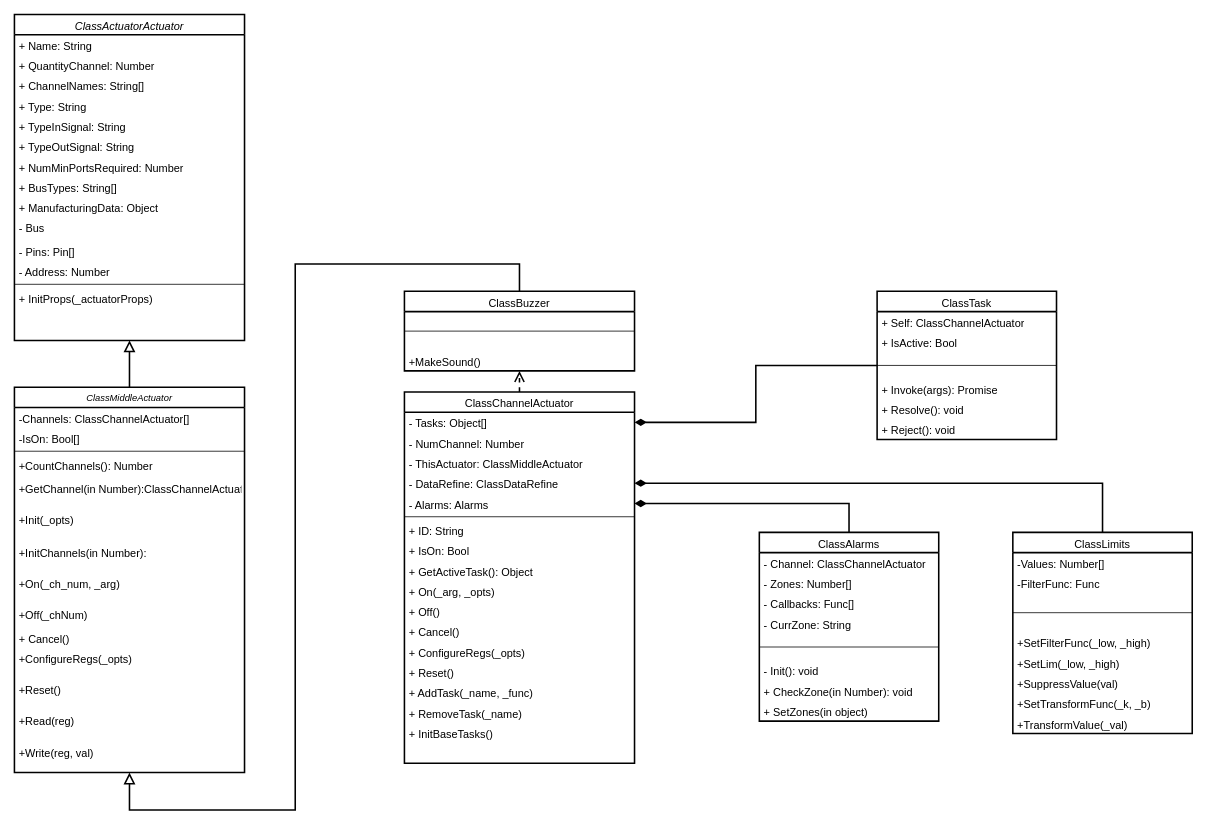
This is res/main-diagram.drawio from Konkery/ModuleActuator, a draw.io file, before an edit. Source tidied: cells renumbered, new cells numbered last; positions are measured from the earlier drawing's top-left corner, leaving out a move shared by most shapes. Both pictures are drawn from the tidied source at 78%, with x=0, y=0 at pixel (14, 14).
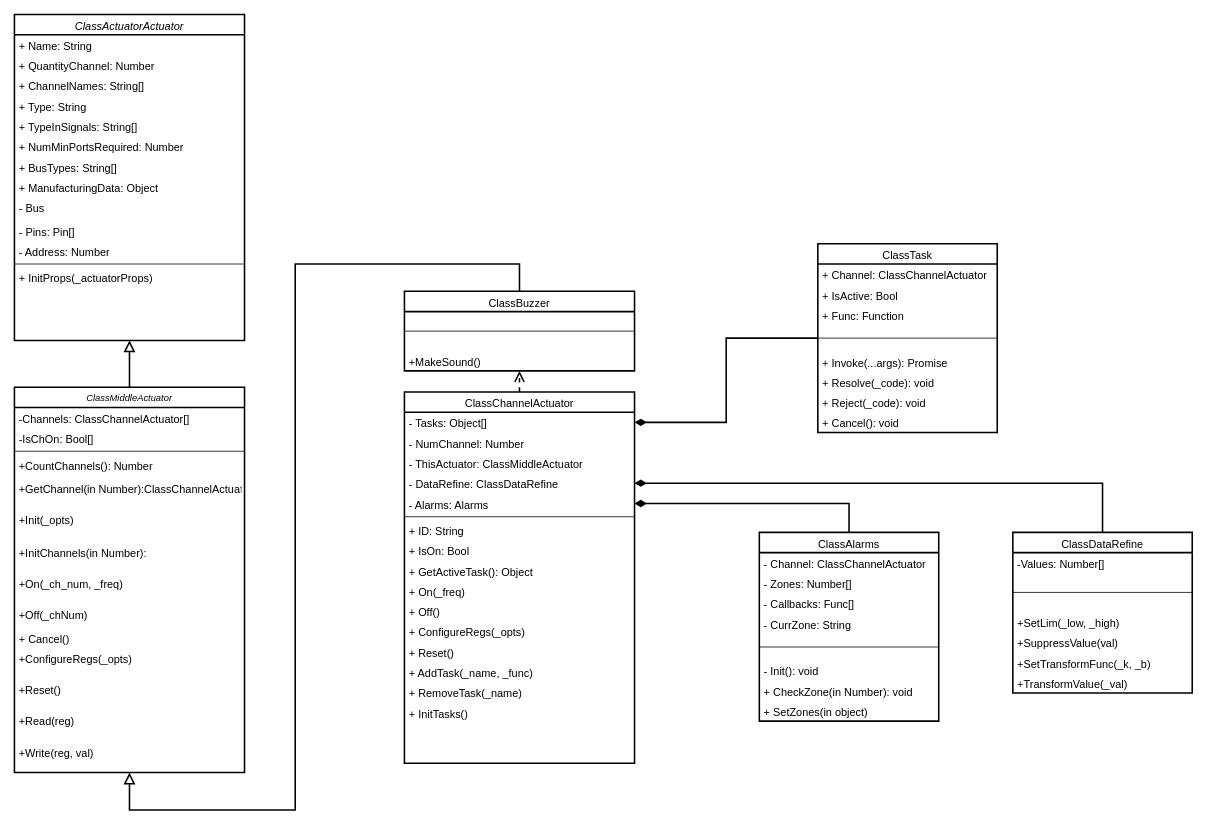
The same page after the edit.

The change refers to these unchanged cells:
```xml
<mxCell id="3" value="ClassMiddleActuator" style="swimlane;fontStyle=2;align=center;verticalAlign=top;horizontal=1;startSize=26;rounded=0;shadow=0;strokeWidth=2;fontSize=12;" parent="1" vertex="1">
  <mxGeometry y="478" width="295" height="494" as="geometry" />
</mxCell>
<mxCell id="19" value="ClassChannelActuator" style="swimlane;fontStyle=0;align=center;verticalAlign=top;horizontal=1;startSize=26;rounded=0;shadow=0;strokeWidth=2;fontSize=14;" parent="1" vertex="1">
  <mxGeometry x="500" y="484" width="295" height="476" as="geometry" />
</mxCell>
<mxCell id="57" value="ClassActuatorActuator" style="swimlane;fontStyle=2;align=center;verticalAlign=top;horizontal=1;startSize=26;rounded=0;shadow=0;strokeWidth=2;fontSize=14;" parent="1" vertex="1">
  <mxGeometry width="295" height="418" as="geometry" />
</mxCell>
```

Diff of the diagram source:
```diff
@@
-    <mxCell id="5" value="-IsOn: Bool[]" style="text;align=left;verticalAlign=top;spacingLeft=4;spacingRight=4;overflow=hidden;fontStyle=0;fontSize=14;" parent="3" vertex="1">
+    <mxCell id="5" value="-IsChOn: Bool[]" style="text;align=left;verticalAlign=top;spacingLeft=4;spacingRight=4;overflow=hidden;fontStyle=0;fontSize=14;" parent="3" vertex="1">
       <mxGeometry y="52" width="295" height="26" as="geometry" />
     </mxCell>
@@
-    <mxCell id="11" value="+On(_ch_num, _arg)" style="text;align=left;verticalAlign=top;spacingLeft=4;spacingRight=4;overflow=hidden;fontSize=14;" parent="3" vertex="1">
+    <mxCell id="11" value="+On(_ch_num, _freq)" style="text;align=left;verticalAlign=top;spacingLeft=4;spacingRight=4;overflow=hidden;fontSize=14;" parent="3" vertex="1">
       <mxGeometry y="238" width="295" height="40" as="geometry" />
     </mxCell>
@@
-    <mxCell id="29" value="+ On(_arg, _opts)" style="text;align=left;verticalAlign=top;spacingLeft=4;spacingRight=4;overflow=hidden;fontSize=14;" parent="19" vertex="1">
+    <mxCell id="29" value="+ On(_freq)" style="text;align=left;verticalAlign=top;spacingLeft=4;spacingRight=4;overflow=hidden;fontSize=14;" parent="19" vertex="1">
       <mxGeometry y="242" width="295" height="26" as="geometry" />
     </mxCell>
@@
-    <mxCell id="31" value="+ Cancel()" style="text;align=left;verticalAlign=top;spacingLeft=4;spacingRight=4;overflow=hidden;fontSize=14;" parent="19" vertex="1">
-      <mxGeometry y="294" width="295" height="26" as="geometry" />
-    </mxCell>
     <mxCell id="32" value="+ ConfigureRegs(_opts)" style="text;align=left;verticalAlign=top;spacingLeft=4;spacingRight=4;overflow=hidden;fontSize=14;" parent="19" vertex="1">
-      <mxGeometry y="320" width="295" height="26" as="geometry" />
+      <mxGeometry y="294" width="295" height="26" as="geometry" />
     </mxCell>
     <mxCell id="33" value="+ Reset()" style="text;align=left;verticalAlign=top;spacingLeft=4;spacingRight=4;overflow=hidden;fontSize=14;" parent="19" vertex="1">
-      <mxGeometry y="346" width="295" height="26" as="geometry" />
+      <mxGeometry y="320" width="295" height="26" as="geometry" />
     </mxCell>
     <mxCell id="34" value="+ AddTask(_name, _func)" style="text;align=left;verticalAlign=top;spacingLeft=4;spacingRight=4;overflow=hidden;fontSize=14;" parent="19" vertex="1">
-      <mxGeometry y="372" width="295" height="26" as="geometry" />
+      <mxGeometry y="346" width="295" height="26" as="geometry" />
     </mxCell>
     <mxCell id="35" value="+ RemoveTask(_name)" style="text;align=left;verticalAlign=top;spacingLeft=4;spacingRight=4;overflow=hidden;fontSize=14;" parent="19" vertex="1">
-      <mxGeometry y="398" width="295" height="26" as="geometry" />
+      <mxGeometry y="372" width="295" height="26" as="geometry" />
     </mxCell>
-    <mxCell id="36" value="+ InitBaseTasks()" style="text;align=left;verticalAlign=top;spacingLeft=4;spacingRight=4;overflow=hidden;fontSize=14;" parent="19" vertex="1">
-      <mxGeometry y="424" width="295" height="26" as="geometry" />
+    <mxCell id="36" value="+ InitTasks()" style="text;align=left;verticalAlign=top;spacingLeft=4;spacingRight=4;overflow=hidden;fontSize=14;" parent="19" vertex="1">
+      <mxGeometry y="398" width="295" height="26" as="geometry" />
     </mxCell>
@@
-    <mxCell id="38" value="&lt;span style=&quot;font-weight: 400; font-size: 14px;&quot;&gt;ClassLimits&lt;/span&gt;" style="swimlane;fontStyle=1;align=center;verticalAlign=top;horizontal=1;startSize=26;whiteSpace=wrap;html=1;fontSize=14;strokeWidth=2;" parent="1" vertex="1">
-      <mxGeometry x="1280" y="664" width="230" height="258" as="geometry" />
+    <mxCell id="38" value="&lt;span style=&quot;font-weight: 400; font-size: 14px;&quot;&gt;ClassDataRefine&lt;/span&gt;" style="swimlane;fontStyle=1;align=center;verticalAlign=top;horizontal=1;startSize=26;whiteSpace=wrap;html=1;fontSize=14;strokeWidth=2;" parent="1" vertex="1">
+      <mxGeometry x="1280" y="664" width="230" height="206" as="geometry" />
     </mxCell>
@@
-    <mxCell id="40" value="-FilterFunc: Func" style="text;strokeColor=none;fillColor=none;align=left;verticalAlign=top;spacingLeft=4;spacingRight=4;overflow=hidden;whiteSpace=wrap;html=1;fontSize=14;" parent="38" vertex="1">
-      <mxGeometry y="52" width="230" height="26" as="geometry" />
-    </mxCell>
     <mxCell id="41" style="line;strokeWidth=1;fillColor=none;align=left;verticalAlign=middle;spacingTop=-1;spacingLeft=3;spacingRight=3;labelPosition=right;strokeColor=inherit;fontSize=14;" parent="38" vertex="1">
-      <mxGeometry y="78" width="230" height="50" as="geometry" />
+      <mxGeometry y="52" width="230" height="50" as="geometry" />
     </mxCell>
-    <mxCell id="42" value="+SetFilterFunc(_low, _high)" style="text;strokeColor=none;fillColor=none;align=left;verticalAlign=top;spacingLeft=4;spacingRight=4;overflow=hidden;whiteSpace=wrap;html=1;fontSize=14;" parent="38" vertex="1">
-      <mxGeometry y="128" width="230" height="26" as="geometry" />
-    </mxCell>
     <mxCell id="43" value="+SetLim(_low, _high)" style="text;strokeColor=none;fillColor=none;align=left;verticalAlign=top;spacingLeft=4;spacingRight=4;overflow=hidden;whiteSpace=wrap;html=1;fontSize=14;" parent="38" vertex="1">
-      <mxGeometry y="154" width="230" height="26" as="geometry" />
+      <mxGeometry y="102" width="230" height="26" as="geometry" />
     </mxCell>
     <mxCell id="44" value="+SuppressValue(val)" style="text;strokeColor=none;fillColor=none;align=left;verticalAlign=top;spacingLeft=4;spacingRight=4;overflow=hidden;whiteSpace=wrap;html=1;fontSize=14;" parent="38" vertex="1">
-      <mxGeometry y="180" width="230" height="26" as="geometry" />
+      <mxGeometry y="128" width="230" height="26" as="geometry" />
     </mxCell>
     <mxCell id="45" value="+SetTransformFunc(_k, _b)" style="text;strokeColor=none;fillColor=none;align=left;verticalAlign=top;spacingLeft=4;spacingRight=4;overflow=hidden;whiteSpace=wrap;html=1;fontSize=14;" parent="38" vertex="1">
-      <mxGeometry y="206" width="230" height="26" as="geometry" />
+      <mxGeometry y="154" width="230" height="26" as="geometry" />
     </mxCell>
     <mxCell id="46" value="+TransformValue(_val)" style="text;strokeColor=none;fillColor=none;align=left;verticalAlign=top;spacingLeft=4;spacingRight=4;overflow=hidden;whiteSpace=wrap;html=1;fontSize=14;" parent="38" vertex="1">
-      <mxGeometry y="232" width="230" height="26" as="geometry" />
+      <mxGeometry y="180" width="230" height="26" as="geometry" />
     </mxCell>
@@
-    <mxCell id="62" value="+ TypeInSignal: String" style="text;strokeColor=none;fillColor=none;align=left;verticalAlign=top;spacingLeft=4;spacingRight=4;overflow=hidden;whiteSpace=wrap;html=1;fontSize=14;" parent="57" vertex="1">
+    <mxCell id="62" value="+ TypeInSignals: String[]" style="text;strokeColor=none;fillColor=none;align=left;verticalAlign=top;spacingLeft=4;spacingRight=4;overflow=hidden;whiteSpace=wrap;html=1;fontSize=14;" parent="57" vertex="1">
       <mxGeometry y="130" width="295" height="26" as="geometry" />
     </mxCell>
-    <mxCell id="63" value="+ TypeOutSignal: String" style="text;strokeColor=none;fillColor=none;align=left;verticalAlign=top;spacingLeft=4;spacingRight=4;overflow=hidden;whiteSpace=wrap;html=1;fontSize=14;" parent="57" vertex="1">
-      <mxGeometry y="156" width="295" height="26" as="geometry" />
-    </mxCell>
     <mxCell id="64" value="+ NumMinPortsRequired: Number" style="text;strokeColor=none;fillColor=none;align=left;verticalAlign=top;spacingLeft=4;spacingRight=4;overflow=hidden;whiteSpace=wrap;html=1;fontSize=14;" parent="57" vertex="1">
-      <mxGeometry y="182" width="295" height="26" as="geometry" />
+      <mxGeometry y="156" width="295" height="26" as="geometry" />
     </mxCell>
     <mxCell id="65" value="+ BusTypes: String[]" style="text;strokeColor=none;fillColor=none;align=left;verticalAlign=top;spacingLeft=4;spacingRight=4;overflow=hidden;whiteSpace=wrap;html=1;fontSize=14;" parent="57" vertex="1">
-      <mxGeometry y="208" width="295" height="26" as="geometry" />
+      <mxGeometry y="182" width="295" height="26" as="geometry" />
     </mxCell>
     <mxCell id="66" value="+ ManufacturingData: Object" style="text;strokeColor=none;fillColor=none;align=left;verticalAlign=top;spacingLeft=4;spacingRight=4;overflow=hidden;whiteSpace=wrap;html=1;fontSize=14;" parent="57" vertex="1">
-      <mxGeometry y="234" width="295" height="26" as="geometry" />
+      <mxGeometry y="208" width="295" height="26" as="geometry" />
     </mxCell>
     <mxCell id="67" value="-&amp;nbsp;Bus" style="text;strokeColor=none;fillColor=none;align=left;verticalAlign=top;spacingLeft=4;spacingRight=4;overflow=hidden;whiteSpace=wrap;html=1;fontSize=14;" parent="57" vertex="1">
-      <mxGeometry y="260" width="295" height="30" as="geometry" />
+      <mxGeometry y="234" width="295" height="30" as="geometry" />
     </mxCell>
     <mxCell id="68" value="- Pins: Pin[]" style="text;strokeColor=none;fillColor=none;align=left;verticalAlign=top;spacingLeft=4;spacingRight=4;overflow=hidden;whiteSpace=wrap;html=1;fontSize=14;" parent="57" vertex="1">
-      <mxGeometry y="290" width="295" height="26" as="geometry" />
+      <mxGeometry y="264" width="295" height="26" as="geometry" />
     </mxCell>
     <mxCell id="69" value="- Address: Number" style="text;strokeColor=none;fillColor=none;align=left;verticalAlign=top;spacingLeft=4;spacingRight=4;overflow=hidden;whiteSpace=wrap;html=1;fontSize=14;" parent="57" vertex="1">
-      <mxGeometry y="316" width="295" height="26" as="geometry" />
+      <mxGeometry y="290" width="295" height="26" as="geometry" />
     </mxCell>
     <mxCell id="70" style="line;html=1;strokeWidth=1;align=left;verticalAlign=middle;spacingTop=-1;spacingLeft=3;spacingRight=3;labelPosition=right;fontSize=14;" parent="57" vertex="1">
-      <mxGeometry y="342" width="295" height="8" as="geometry" />
+      <mxGeometry y="316" width="295" height="8" as="geometry" />
     </mxCell>
     <mxCell id="71" value="+ InitProps(_actuatorProps)" style="text;strokeColor=none;fillColor=none;align=left;verticalAlign=top;spacingLeft=4;spacingRight=4;overflow=hidden;whiteSpace=wrap;html=1;fontSize=14;" parent="57" vertex="1">
-      <mxGeometry y="350" width="295" height="26" as="geometry" />
+      <mxGeometry y="324" width="295" height="26" as="geometry" />
     </mxCell>
@@
     <mxCell id="77" value="&lt;span style=&quot;font-weight: 400; font-size: 14px;&quot;&gt;ClassTask&lt;br style=&quot;font-size: 14px;&quot;&gt;&lt;/span&gt;" style="swimlane;fontStyle=1;align=center;verticalAlign=top;horizontal=1;startSize=26;whiteSpace=wrap;html=1;strokeWidth=2;fontSize=14;" parent="1" vertex="1">
-      <mxGeometry x="1106" y="355" width="230" height="190" as="geometry" />
+      <mxGeometry x="1030" y="294" width="230" height="242" as="geometry" />
     </mxCell>
-    <mxCell id="78" value="+ Self: ClassChannelActuator" style="text;strokeColor=none;fillColor=none;align=left;verticalAlign=top;spacingLeft=4;spacingRight=4;overflow=hidden;whiteSpace=wrap;html=1;fontSize=14;" parent="77" vertex="1">
+    <mxCell id="78" value="+ Channel: ClassChannelActuator" style="text;strokeColor=none;fillColor=none;align=left;verticalAlign=top;spacingLeft=4;spacingRight=4;overflow=hidden;whiteSpace=wrap;html=1;fontSize=14;" parent="77" vertex="1">
       <mxGeometry y="26" width="230" height="26" as="geometry" />
     </mxCell>
@@
+    <mxCell id="84" value="+ Func: Function" style="text;strokeColor=none;fillColor=none;align=left;verticalAlign=top;spacingLeft=4;spacingRight=4;overflow=hidden;whiteSpace=wrap;html=1;fontSize=14;" parent="77" vertex="1">
+      <mxGeometry y="78" width="230" height="26" as="geometry" />
+    </mxCell>
     <mxCell id="80" style="line;strokeWidth=1;fillColor=none;align=left;verticalAlign=middle;spacingTop=-1;spacingLeft=3;spacingRight=3;labelPosition=right;strokeColor=inherit;" parent="77" vertex="1">
-      <mxGeometry y="78" width="230" height="34" as="geometry" />
+      <mxGeometry y="104" width="230" height="34" as="geometry" />
     </mxCell>
-    <mxCell id="81" value="+ Invoke(args): Promise" style="text;strokeColor=none;fillColor=none;align=left;verticalAlign=top;spacingLeft=4;spacingRight=4;overflow=hidden;whiteSpace=wrap;html=1;fontSize=14;" parent="77" vertex="1">
-      <mxGeometry y="112" width="230" height="26" as="geometry" />
+    <mxCell id="81" value="+ Invoke(...args): Promise" style="text;strokeColor=none;fillColor=none;align=left;verticalAlign=top;spacingLeft=4;spacingRight=4;overflow=hidden;whiteSpace=wrap;html=1;fontSize=14;" parent="77" vertex="1">
+      <mxGeometry y="138" width="230" height="26" as="geometry" />
     </mxCell>
-    <mxCell id="82" value="+ Resolve(): void" style="text;strokeColor=none;fillColor=none;align=left;verticalAlign=top;spacingLeft=4;spacingRight=4;overflow=hidden;whiteSpace=wrap;html=1;fontSize=14;" parent="77" vertex="1">
-      <mxGeometry y="138" width="230" height="26" as="geometry" />
+    <mxCell id="82" value="+ Resolve(_code): void" style="text;strokeColor=none;fillColor=none;align=left;verticalAlign=top;spacingLeft=4;spacingRight=4;overflow=hidden;whiteSpace=wrap;html=1;fontSize=14;" parent="77" vertex="1">
+      <mxGeometry y="164" width="230" height="26" as="geometry" />
     </mxCell>
-    <mxCell id="83" value="+ Reject(): void" style="text;strokeColor=none;fillColor=none;align=left;verticalAlign=top;spacingLeft=4;spacingRight=4;overflow=hidden;whiteSpace=wrap;html=1;fontSize=14;" parent="77" vertex="1">
-      <mxGeometry y="164" width="230" height="26" as="geometry" />
+    <mxCell id="83" value="+ Reject(_code): void" style="text;strokeColor=none;fillColor=none;align=left;verticalAlign=top;spacingLeft=4;spacingRight=4;overflow=hidden;whiteSpace=wrap;html=1;fontSize=14;" parent="77" vertex="1">
+      <mxGeometry y="190" width="230" height="26" as="geometry" />
     </mxCell>
+    <mxCell id="85" value="+ Cancel(): void" style="text;strokeColor=none;fillColor=none;align=left;verticalAlign=top;spacingLeft=4;spacingRight=4;overflow=hidden;whiteSpace=wrap;html=1;fontSize=14;" parent="77" vertex="1">
+      <mxGeometry y="216" width="230" height="26" as="geometry" />
+    </mxCell>
```
